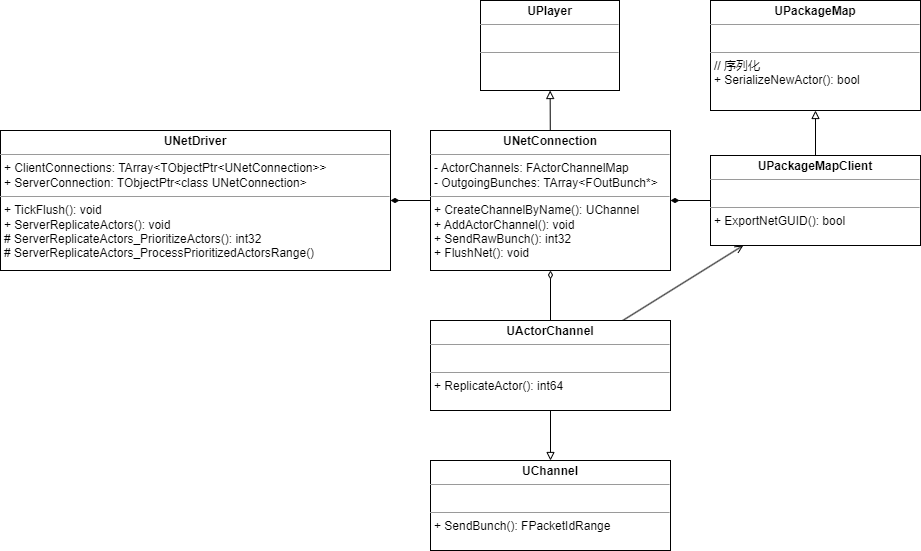
This is 2024/12/30/link/UE/DS/3_UE网络框架/3_UE网络框架/核心类图.dio.png from lixiang2202/lixiang2202.github.io, a draw.io export, as it was before one commit. Source tidied: cells renumbered, new cells last; positions are measured from the earlier drawing's top-left corner, leaving out a move shared by most shapes.
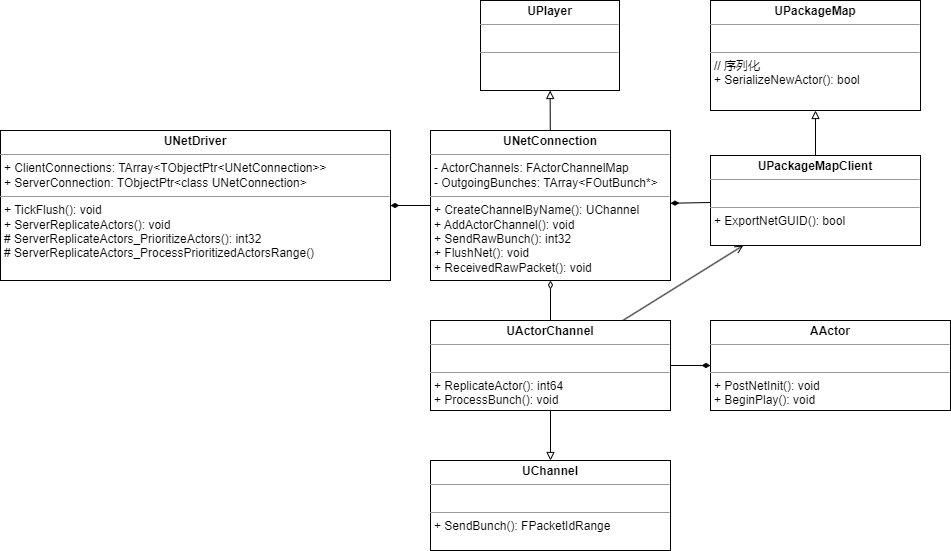
The same file after the commit.

Change to the diagram source:
```diff
@@ -3,7 +3,7 @@
     <mxCell id="0" />
     <mxCell id="1" parent="0" />
     <mxCell id="2" value="&lt;p style=&quot;margin:0px;margin-top:4px;text-align:center;&quot;&gt;&lt;b&gt;UNetDriver&lt;/b&gt;&lt;br&gt;&lt;/p&gt;&lt;hr size=&quot;1&quot;&gt;&lt;p style=&quot;margin:0px;margin-left:4px;&quot;&gt;+ ClientConnections: TArray&amp;lt;TObjectPtr&amp;lt;UNetConnection&amp;gt;&amp;gt;&lt;/p&gt;&lt;p style=&quot;margin:0px;margin-left:4px;&quot;&gt;+&amp;nbsp;ServerConnection:&amp;nbsp;TObjectPtr&amp;lt;class UNetConnection&amp;gt;&lt;/p&gt;&lt;hr size=&quot;1&quot;&gt;&lt;p style=&quot;margin:0px;margin-left:4px;&quot;&gt;+ TickFlush(): void&lt;/p&gt;&lt;p style=&quot;margin:0px;margin-left:4px;&quot;&gt;+ ServerReplicateActors(): void&lt;/p&gt;&lt;p style=&quot;margin:0px;margin-left:4px;&quot;&gt;# ServerReplicateActors_PrioritizeActors(): int32&lt;/p&gt;&lt;p style=&quot;margin:0px;margin-left:4px;&quot;&gt;# ServerReplicateActors_ProcessPrioritizedActorsRange()&lt;/p&gt;&lt;p style=&quot;margin:0px;margin-left:4px;&quot;&gt;&lt;br&gt;&lt;/p&gt;" style="verticalAlign=top;align=left;overflow=fill;fontSize=12;fontFamily=Helvetica;html=1;hachureGap=4;fontSource=https%3A%2F%2Ffonts.googleapis.com%2Fcss%3Ffamily%3DArchitects%2BDaughter;" parent="1" vertex="1">
-      <mxGeometry y="130" width="390" height="140" as="geometry" />
+      <mxGeometry y="130" width="390" height="150" as="geometry" />
     </mxCell>
     <mxCell id="3" style="edgeStyle=none;hachureGap=4;html=1;fontFamily=Architects Daughter;fontSource=https%3A%2F%2Ffonts.googleapis.com%2Fcss%3Ffamily%3DArchitects%2BDaughter;fontSize=16;endArrow=diamondThin;endFill=1;" parent="1" edge="1" source="5" target="2">
       <mxGeometry relative="1" as="geometry" />
@@ -11,8 +11,8 @@
     <mxCell id="4" style="edgeStyle=none;html=1;endArrow=block;endFill=0;" parent="1" edge="1" source="5" target="14">
       <mxGeometry relative="1" as="geometry" />
     </mxCell>
-    <mxCell id="5" value="&lt;p style=&quot;margin:0px;margin-top:4px;text-align:center;&quot;&gt;&lt;b&gt;UNetConnection&lt;/b&gt;&lt;br&gt;&lt;/p&gt;&lt;hr size=&quot;1&quot;&gt;&lt;p style=&quot;margin:0px;margin-left:4px;&quot;&gt;-&amp;nbsp;ActorChannels:&amp;nbsp;FActorChannelMap&lt;/p&gt;&lt;p style=&quot;margin:0px;margin-left:4px;&quot;&gt;-&amp;nbsp;OutgoingBunches:&amp;nbsp;TArray&amp;lt;FOutBunch*&amp;gt;&lt;/p&gt;&lt;hr size=&quot;1&quot;&gt;&lt;p style=&quot;margin:0px;margin-left:4px;&quot;&gt;+ CreateChannelByName(): UChannel&lt;/p&gt;&lt;p style=&quot;margin:0px;margin-left:4px;&quot;&gt;+ AddActorChannel(): void&lt;/p&gt;&lt;p style=&quot;margin:0px;margin-left:4px;&quot;&gt;+&amp;nbsp;SendRawBunch(): int32&lt;/p&gt;&lt;p style=&quot;margin:0px;margin-left:4px;&quot;&gt;+&amp;nbsp;FlushNet(): void&lt;/p&gt;" style="verticalAlign=top;align=left;overflow=fill;fontSize=12;fontFamily=Helvetica;html=1;hachureGap=4;fontSource=https%3A%2F%2Ffonts.googleapis.com%2Fcss%3Ffamily%3DArchitects%2BDaughter;" parent="1" vertex="1">
-      <mxGeometry x="430" y="130" width="240" height="140" as="geometry" />
+    <mxCell id="5" value="&lt;p style=&quot;margin:0px;margin-top:4px;text-align:center;&quot;&gt;&lt;b&gt;UNetConnection&lt;/b&gt;&lt;br&gt;&lt;/p&gt;&lt;hr size=&quot;1&quot;&gt;&lt;p style=&quot;margin:0px;margin-left:4px;&quot;&gt;-&amp;nbsp;ActorChannels:&amp;nbsp;FActorChannelMap&lt;/p&gt;&lt;p style=&quot;margin:0px;margin-left:4px;&quot;&gt;-&amp;nbsp;OutgoingBunches:&amp;nbsp;TArray&amp;lt;FOutBunch*&amp;gt;&lt;/p&gt;&lt;hr size=&quot;1&quot;&gt;&lt;p style=&quot;margin:0px;margin-left:4px;&quot;&gt;+ CreateChannelByName(): UChannel&lt;/p&gt;&lt;p style=&quot;margin:0px;margin-left:4px;&quot;&gt;+ AddActorChannel(): void&lt;/p&gt;&lt;p style=&quot;margin:0px;margin-left:4px;&quot;&gt;+&amp;nbsp;SendRawBunch(): int32&lt;/p&gt;&lt;p style=&quot;margin:0px;margin-left:4px;&quot;&gt;+&amp;nbsp;FlushNet(): void&lt;/p&gt;&lt;p style=&quot;margin:0px;margin-left:4px;&quot;&gt;+&amp;nbsp;ReceivedRawPacket(): void&lt;/p&gt;" style="verticalAlign=top;align=left;overflow=fill;fontSize=12;fontFamily=Helvetica;html=1;hachureGap=4;fontSource=https%3A%2F%2Ffonts.googleapis.com%2Fcss%3Ffamily%3DArchitects%2BDaughter;" parent="1" vertex="1">
+      <mxGeometry x="430" y="130" width="240" height="150" as="geometry" />
     </mxCell>
     <mxCell id="6" style="edgeStyle=none;html=1;endArrow=open;endFill=0;" parent="1" edge="1" source="9" target="12">
       <mxGeometry relative="1" as="geometry" />
@@ -23,7 +23,10 @@
     <mxCell id="8" style="edgeStyle=none;html=1;endArrow=block;endFill=0;" parent="1" edge="1" source="9" target="15">
       <mxGeometry relative="1" as="geometry" />
     </mxCell>
+    <mxCell id="16" style="edgeStyle=none;html=1;entryX=0;entryY=0.5;entryDx=0;entryDy=0;endArrow=diamondThin;endFill=1;" parent="1" edge="1" source="9" target="17">
+      <mxGeometry relative="1" as="geometry" />
+    </mxCell>
-    <mxCell id="9" value="&lt;p style=&quot;margin:0px;margin-top:4px;text-align:center;&quot;&gt;&lt;b&gt;UActorChannel&lt;/b&gt;&lt;br&gt;&lt;/p&gt;&lt;hr size=&quot;1&quot;&gt;&lt;p style=&quot;margin:0px;margin-left:4px;&quot;&gt;&lt;br&gt;&lt;/p&gt;&lt;hr size=&quot;1&quot;&gt;&lt;p style=&quot;margin:0px;margin-left:4px;&quot;&gt;+ ReplicateActor(): int64&lt;/p&gt;" style="verticalAlign=top;align=left;overflow=fill;fontSize=12;fontFamily=Helvetica;html=1;hachureGap=4;fontSource=https%3A%2F%2Ffonts.googleapis.com%2Fcss%3Ffamily%3DArchitects%2BDaughter;" parent="1" vertex="1">
+    <mxCell id="9" value="&lt;p style=&quot;margin:0px;margin-top:4px;text-align:center;&quot;&gt;&lt;b&gt;UActorChannel&lt;/b&gt;&lt;br&gt;&lt;/p&gt;&lt;hr size=&quot;1&quot;&gt;&lt;p style=&quot;margin:0px;margin-left:4px;&quot;&gt;&lt;br&gt;&lt;/p&gt;&lt;hr size=&quot;1&quot;&gt;&lt;p style=&quot;margin:0px;margin-left:4px;&quot;&gt;+ ReplicateActor(): int64&lt;/p&gt;&lt;p style=&quot;margin:0px;margin-left:4px;&quot;&gt;+&amp;nbsp;ProcessBunch(): void&lt;/p&gt;" style="verticalAlign=top;align=left;overflow=fill;fontSize=12;fontFamily=Helvetica;html=1;hachureGap=4;fontSource=https%3A%2F%2Ffonts.googleapis.com%2Fcss%3Ffamily%3DArchitects%2BDaughter;" parent="1" vertex="1">
       <mxGeometry x="430" y="320" width="240" height="90" as="geometry" />
     </mxCell>
     <mxCell id="10" style="edgeStyle=none;hachureGap=4;html=1;fontFamily=Architects Daughter;fontSource=https%3A%2F%2Ffonts.googleapis.com%2Fcss%3Ffamily%3DArchitects%2BDaughter;fontSize=16;endArrow=diamondThin;endFill=1;" parent="1" edge="1" source="12" target="5">
@@ -44,5 +47,8 @@
     <mxCell id="15" value="&lt;p style=&quot;margin:0px;margin-top:4px;text-align:center;&quot;&gt;&lt;b&gt;UChannel&lt;/b&gt;&lt;br&gt;&lt;/p&gt;&lt;hr size=&quot;1&quot;&gt;&lt;p style=&quot;margin:0px;margin-left:4px;&quot;&gt;&lt;br&gt;&lt;/p&gt;&lt;hr size=&quot;1&quot;&gt;&lt;p style=&quot;margin:0px;margin-left:4px;&quot;&gt;+ SendBunch(): FPacketIdRange&lt;/p&gt;" style="verticalAlign=top;align=left;overflow=fill;fontSize=12;fontFamily=Helvetica;html=1;hachureGap=4;fontSource=https%3A%2F%2Ffonts.googleapis.com%2Fcss%3Ffamily%3DArchitects%2BDaughter;" parent="1" vertex="1">
       <mxGeometry x="430" y="460" width="240" height="90" as="geometry" />
     </mxCell>
+    <mxCell id="17" value="&lt;p style=&quot;margin:0px;margin-top:4px;text-align:center;&quot;&gt;&lt;b&gt;AActor&lt;/b&gt;&lt;br&gt;&lt;/p&gt;&lt;hr size=&quot;1&quot;&gt;&lt;p style=&quot;margin:0px;margin-left:4px;&quot;&gt;&lt;br&gt;&lt;/p&gt;&lt;hr size=&quot;1&quot;&gt;&lt;p style=&quot;margin:0px;margin-left:4px;&quot;&gt;+ PostNetInit(): void&lt;/p&gt;&lt;p style=&quot;margin:0px;margin-left:4px;&quot;&gt;+ BeginPlay(): void&lt;/p&gt;" style="verticalAlign=top;align=left;overflow=fill;fontSize=12;fontFamily=Helvetica;html=1;hachureGap=4;fontSource=https%3A%2F%2Ffonts.googleapis.com%2Fcss%3Ffamily%3DArchitects%2BDaughter;" parent="1" vertex="1">
+      <mxGeometry x="710" y="320" width="240" height="90" as="geometry" />
+    </mxCell>
   </root>
 </mxGraphModel>
```
